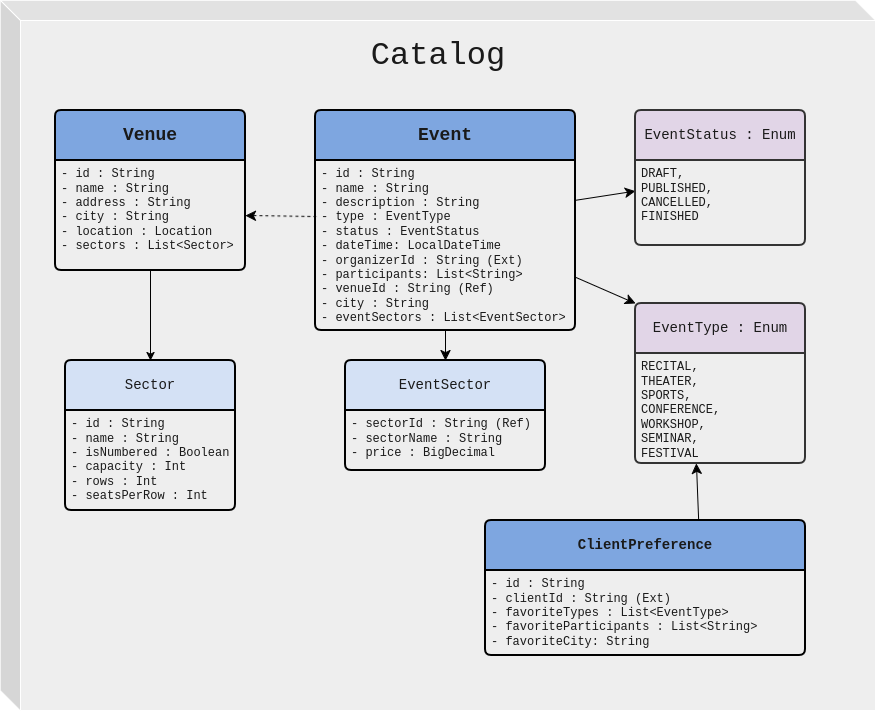
This is Catalog_ED.drawio.png from JulianYaniez/Arqui-web, a draw.io export, as it was before one commit. Source tidied: cells renumbered, new cells last; positions are measured from the earlier drawing's top-left corner, leaving out a move shared by most shapes. The source it was exported from:
```xml
<mxGraphModel>
  <root>
    <mxCell id="0" />
    <mxCell id="1" parent="0" />
    <mxCell id="2" style="shape=cube;whiteSpace=wrap;html=1;boundedLbl=1;backgroundOutline=1;darkOpacity=0.05;darkOpacity2=0.1;rounded=1;roundedPerimeter=1;labelBackgroundColor=none;fillColor=#EEEEEE;strokeColor=#FFFFFF;fontColor=#1A1A1A;" parent="1" vertex="1">
      <mxGeometry width="875" height="710" as="geometry" />
    </mxCell>
    <mxCell id="3" value="Catalog" style="text;html=1;whiteSpace=wrap;strokeColor=none;fillColor=none;align=center;verticalAlign=middle;rounded=1;fontSize=32;fontFamily=Courier New;roundedPerimeter=1;labelBackgroundColor=none;fontColor=#1A1A1A;" parent="1" vertex="1">
      <mxGeometry x="407.5" y="40" width="60" height="30" as="geometry" />
    </mxCell>
    <mxCell id="4" value="&lt;font style=&quot;font-size: 18px;&quot;&gt;&lt;b&gt;Venue&lt;/b&gt;&lt;/font&gt;" style="swimlane;horizontal=1;startSize=50;rounded=1;fontSize=14;fontStyle=0;strokeWidth=2;shadow=0;dashed=0;align=center;arcSize=4;whiteSpace=wrap;html=1;roundedPerimeter=1;labelBackgroundColor=none;fillColor=#7EA6E0;strokeColor=#000000;fontColor=#1A1A1A;fontFamily=Courier New;" parent="1" vertex="1">
      <mxGeometry x="55" y="110" width="190" height="160" as="geometry" />
    </mxCell>
    <mxCell id="5" value="- id : String&lt;br&gt;- name : String&lt;br&gt;&lt;div&gt;- address : String&lt;/div&gt;&lt;div&gt;- city : String&lt;/div&gt;&lt;div&gt;- location : Location&lt;/div&gt;&lt;div&gt;- sectors : List&amp;lt;Sector&amp;gt;&lt;/div&gt;" style="align=left;strokeColor=none;fillColor=none;spacingLeft=4;spacingRight=4;fontSize=12;verticalAlign=top;html=1;whiteSpace=wrap;rounded=1;roundedPerimeter=1;labelBackgroundColor=none;fontColor=#1A1A1A;fontFamily=Courier New;" parent="4" vertex="1">
      <mxGeometry y="50" width="190" height="110" as="geometry" />
    </mxCell>
    <mxCell id="6" value="Sector" style="swimlane;horizontal=1;startSize=50;rounded=1;fontSize=14;fontStyle=0;strokeWidth=2;shadow=0;dashed=0;align=center;arcSize=4;whiteSpace=wrap;html=1;roundedPerimeter=1;labelBackgroundColor=none;fillColor=#D4E1F5;strokeColor=#000000;fontColor=#1A1A1A;fontFamily=Courier New;" parent="1" vertex="1">
      <mxGeometry x="65" y="360" width="170" height="150" as="geometry" />
    </mxCell>
    <mxCell id="7" value="&lt;div&gt;- id : String&lt;/div&gt;&lt;div&gt;- name : String&lt;/div&gt;&lt;div&gt;- isNumbered : Boolean&lt;/div&gt;&lt;div&gt;- capacity : Int&lt;/div&gt;&lt;div&gt;- rows : Int&lt;/div&gt;&lt;div&gt;- seatsPerRow : Int&lt;/div&gt;" style="align=left;strokeColor=none;fillColor=none;spacingLeft=4;spacingRight=4;fontSize=12;verticalAlign=top;html=1;whiteSpace=wrap;rounded=1;roundedPerimeter=1;labelBackgroundColor=none;fontColor=#1A1A1A;fontFamily=Courier New;" parent="6" vertex="1">
      <mxGeometry y="50" width="170" height="100" as="geometry" />
    </mxCell>
    <mxCell id="8" style="edgeStyle=orthogonalEdgeStyle;rounded=1;jettySize=auto;html=1;labelBackgroundColor=none;strokeColor=#000000;fontColor=default;shadow=0;sketch=0;" parent="1" edge="1" source="5" target="6">
      <mxGeometry relative="1" as="geometry" />
    </mxCell>
    <mxCell id="9" style="edgeStyle=none;curved=1;rounded=1;curveGeometry=1;jettySize=auto;html=1;exitX=0.003;exitY=0.33;exitDx=0;exitDy=0;fontSize=12;defaultLabelBackgroundColor=page;startSize=8;endSize=8;dashed=1;exitPerimeter=0;entryX=1;entryY=0.5;entryDx=0;entryDy=0;labelBackgroundColor=none;strokeColor=#000000;fontColor=default;" parent="1" edge="1" source="13" target="5">
      <mxGeometry relative="1" as="geometry" />
    </mxCell>
    <mxCell id="10" style="edgeStyle=none;curved=1;rounded=0;curveGeometry=1;jettySize=auto;html=1;strokeColor=#000000;fontSize=12;fontColor=#FFFFFF;defaultLabelBackgroundColor=page;startSize=8;endSize=8;entryX=0;entryY=0;entryDx=0;entryDy=0;" parent="1" edge="1" source="12" target="14">
      <mxGeometry relative="1" as="geometry" />
    </mxCell>
    <mxCell id="11" style="edgeStyle=none;curved=1;rounded=0;curveGeometry=1;jettySize=auto;html=1;strokeColor=#000000;fontSize=12;fontColor=#FFFFFF;defaultLabelBackgroundColor=page;startSize=8;endSize=8;" parent="1" edge="1" source="12" target="19">
      <mxGeometry relative="1" as="geometry" />
    </mxCell>
    <mxCell id="12" value="&lt;b&gt;&lt;font style=&quot;font-size: 18px;&quot;&gt;Event&lt;/font&gt;&lt;/b&gt;" style="swimlane;horizontal=1;startSize=50;rounded=1;fontSize=14;fontStyle=0;strokeWidth=2;shadow=0;dashed=0;align=center;arcSize=4;whiteSpace=wrap;html=1;roundedPerimeter=1;labelBackgroundColor=none;fillColor=#7EA6E0;strokeColor=#000000;fontColor=#1A1A1A;fontFamily=Courier New;" parent="1" vertex="1">
      <mxGeometry x="315" y="110" width="260" height="220" as="geometry" />
    </mxCell>
    <mxCell id="13" value="- id : String&lt;br&gt;- name : String&lt;br&gt;&lt;div&gt;- description : String&lt;/div&gt;&lt;div&gt;- type : EventType&lt;/div&gt;&lt;div&gt;- status : EventStatus&lt;/div&gt;&lt;div&gt;- dateTime: LocalDateTime&lt;/div&gt;&lt;div&gt;- organizerId : String (Ext)&lt;/div&gt;&lt;div&gt;- participants: List&amp;lt;String&amp;gt;&lt;/div&gt;&lt;div&gt;- venueId : String (Ref)&lt;/div&gt;&lt;div&gt;- city : String&lt;/div&gt;&lt;div&gt;- eventSectors : List&amp;lt;EventSector&amp;gt;&lt;/div&gt;" style="align=left;strokeColor=none;fillColor=none;spacingLeft=4;spacingRight=4;fontSize=12;verticalAlign=top;html=1;whiteSpace=wrap;rounded=1;roundedPerimeter=1;labelBackgroundColor=none;fontColor=#1A1A1A;fontFamily=Courier New;" parent="12" vertex="1">
      <mxGeometry y="50" width="260" height="170" as="geometry" />
    </mxCell>
    <mxCell id="14" value="EventType : Enum" style="swimlane;horizontal=1;startSize=50;rounded=1;fontSize=14;fontStyle=0;strokeWidth=2;shadow=0;dashed=0;align=center;arcSize=4;whiteSpace=wrap;html=1;roundedPerimeter=1;labelBackgroundColor=none;fillColor=#E1D5E7;strokeColor=#333333;fontColor=#1A1A1A;fontFamily=Courier New;" parent="1" vertex="1">
      <mxGeometry x="635" y="303" width="170" height="160" as="geometry" />
    </mxCell>
    <mxCell id="15" value="&lt;div&gt;RECITAL,&lt;/div&gt;&lt;div&gt;THEATER,&lt;br&gt;SPORTS,&lt;/div&gt;&lt;div&gt;CONFERENCE,&lt;/div&gt;&lt;div&gt;WORKSHOP,&lt;/div&gt;&lt;div&gt;SEMINAR,&lt;/div&gt;&lt;div&gt;FESTIVAL&lt;/div&gt;&lt;div&gt;&lt;br&gt;&lt;/div&gt;" style="align=left;strokeColor=none;fillColor=none;spacingLeft=4;spacingRight=4;fontSize=12;verticalAlign=top;html=1;whiteSpace=wrap;rounded=1;roundedPerimeter=1;labelBackgroundColor=none;fontColor=#1A1A1A;fontFamily=Courier New;" parent="14" vertex="1">
      <mxGeometry y="50" width="170" height="110" as="geometry" />
    </mxCell>
    <mxCell id="16" value="EventSector" style="swimlane;horizontal=1;startSize=50;rounded=1;fontSize=14;fontStyle=0;strokeWidth=2;shadow=0;dashed=0;align=center;arcSize=4;whiteSpace=wrap;html=1;roundedPerimeter=1;labelBackgroundColor=none;fillColor=#D4E1F5;strokeColor=#000000;fontColor=#1A1A1A;fontFamily=Courier New;" parent="1" vertex="1">
      <mxGeometry x="345" y="360" width="200" height="110" as="geometry" />
    </mxCell>
    <mxCell id="17" value="&lt;div&gt;- sectorId : String (Ref)&lt;br&gt;- sectorName : String&amp;nbsp;&lt;/div&gt;&lt;div&gt;- price : BigDecimal&lt;/div&gt;" style="align=left;strokeColor=none;fillColor=none;spacingLeft=4;spacingRight=4;fontSize=12;verticalAlign=top;html=1;whiteSpace=wrap;rounded=1;roundedPerimeter=1;labelBackgroundColor=none;fontColor=#1A1A1A;fontFamily=Courier New;" parent="16" vertex="1">
      <mxGeometry y="50" width="200" height="60" as="geometry" />
    </mxCell>
    <mxCell id="18" style="edgeStyle=none;curved=1;rounded=0;curveGeometry=1;jettySize=auto;html=1;strokeColor=#000000;fontSize=12;fontColor=#FFFFFF;defaultLabelBackgroundColor=page;startSize=8;endSize=8;" parent="1" edge="1" source="12" target="16">
      <mxGeometry relative="1" as="geometry" />
    </mxCell>
    <mxCell id="19" value="EventStatus : Enum" style="swimlane;horizontal=1;startSize=50;rounded=1;fontSize=14;fontStyle=0;strokeWidth=2;shadow=0;dashed=0;align=center;arcSize=4;whiteSpace=wrap;html=1;roundedPerimeter=1;labelBackgroundColor=none;fillColor=#E1D5E7;strokeColor=#333333;fontColor=#1A1A1A;fontFamily=Courier New;" parent="1" vertex="1">
      <mxGeometry x="635" y="110" width="170" height="135" as="geometry" />
    </mxCell>
    <mxCell id="20" value="&lt;div&gt;DRAFT,&lt;/div&gt;&lt;div&gt;PUBLISHED,&lt;/div&gt;&lt;div&gt;CANCELLED,&lt;/div&gt;&lt;div&gt;FINISHED&lt;/div&gt;" style="align=left;strokeColor=none;fillColor=none;spacingLeft=4;spacingRight=4;fontSize=12;verticalAlign=top;html=1;whiteSpace=wrap;rounded=1;roundedPerimeter=1;labelBackgroundColor=none;fontColor=#1A1A1A;fontFamily=Courier New;" parent="19" vertex="1">
      <mxGeometry y="50" width="170" height="85" as="geometry" />
    </mxCell>
    <mxCell id="21" style="edgeStyle=none;curved=1;rounded=0;curveGeometry=1;jettySize=auto;html=1;exitX=0.5;exitY=1;exitDx=0;exitDy=0;strokeColor=#FFFFFF;fontSize=12;fontColor=#FFFFFF;defaultLabelBackgroundColor=page;startSize=8;endSize=8;" parent="19" edge="1" source="19" target="20">
      <mxGeometry relative="1" as="geometry" />
    </mxCell>
    <mxCell id="22" style="edgeStyle=none;curved=1;rounded=0;curveGeometry=1;jettySize=auto;html=1;entryX=0.365;entryY=0.976;entryDx=0;entryDy=0;strokeColor=#000000;fontSize=12;fontColor=#FFFFFF;defaultLabelBackgroundColor=page;startSize=8;endSize=8;exitX=0.666;exitY=0.003;exitDx=0;exitDy=0;exitPerimeter=0;" parent="1" edge="1" source="23" target="15">
      <mxGeometry relative="1" as="geometry" />
    </mxCell>
    <mxCell id="23" value="&lt;b&gt;ClientPreference&lt;/b&gt;" style="swimlane;horizontal=1;startSize=50;rounded=1;fontSize=14;fontStyle=0;strokeWidth=2;shadow=0;dashed=0;align=center;arcSize=4;whiteSpace=wrap;html=1;roundedPerimeter=1;labelBackgroundColor=none;fillColor=#7EA6E0;strokeColor=#000000;fontColor=#1A1A1A;fontFamily=Courier New;" parent="1" vertex="1">
      <mxGeometry x="485" y="520" width="320" height="135" as="geometry" />
    </mxCell>
    <mxCell id="24" value="- id : String&lt;br&gt;- clientId : String (Ext)&lt;div&gt;- favoriteTypes : List&amp;lt;EventType&amp;gt;&lt;/div&gt;&lt;div&gt;- favoriteParticipants : List&amp;lt;String&amp;gt;&lt;/div&gt;&lt;div&gt;- favoriteCity: String&lt;/div&gt;" style="align=left;strokeColor=none;fillColor=none;spacingLeft=4;spacingRight=4;fontSize=12;verticalAlign=top;html=1;whiteSpace=wrap;rounded=1;roundedPerimeter=1;labelBackgroundColor=none;fontColor=#1A1A1A;fontFamily=Courier New;" parent="23" vertex="1">
      <mxGeometry y="50" width="320" height="85" as="geometry" />
    </mxCell>
    <mxCell id="25" style="edgeStyle=none;curved=1;rounded=0;curveGeometry=1;jettySize=auto;html=1;exitX=0.5;exitY=1;exitDx=0;exitDy=0;strokeColor=#FFFFFF;fontSize=12;fontColor=#FFFFFF;defaultLabelBackgroundColor=page;startSize=8;endSize=8;" parent="23" edge="1" source="23" target="24">
      <mxGeometry relative="1" as="geometry" />
    </mxCell>
  </root>
</mxGraphModel>
```
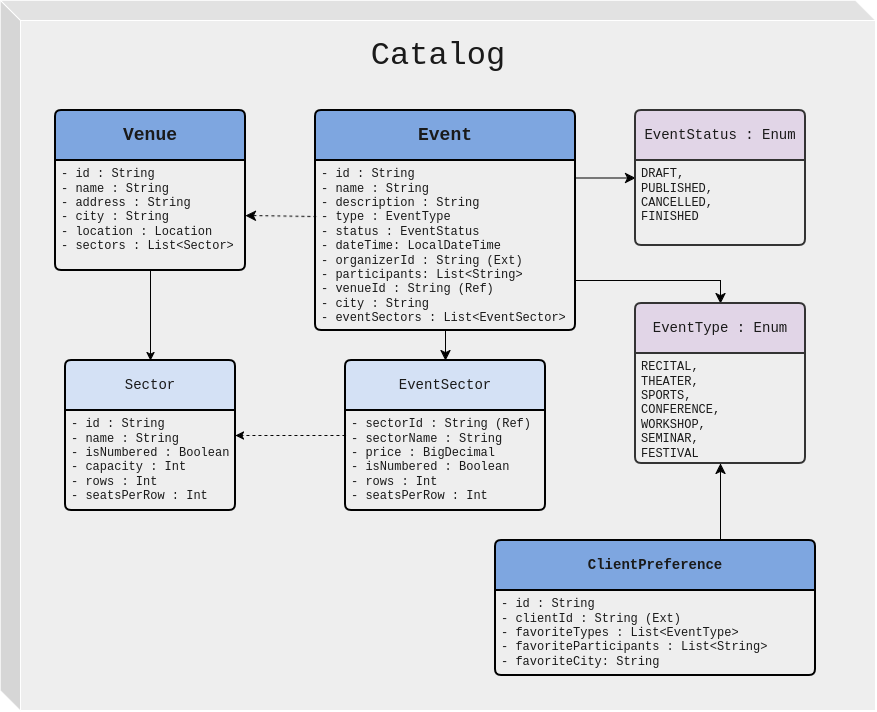
Later version of the same file.

Change to the diagram source:
```diff
@@ -26,11 +26,20 @@
     <mxCell id="9" style="edgeStyle=none;curved=1;rounded=1;curveGeometry=1;jettySize=auto;html=1;exitX=0.003;exitY=0.33;exitDx=0;exitDy=0;fontSize=12;defaultLabelBackgroundColor=page;startSize=8;endSize=8;dashed=1;exitPerimeter=0;entryX=1;entryY=0.5;entryDx=0;entryDy=0;labelBackgroundColor=none;strokeColor=#000000;fontColor=default;" parent="1" edge="1" source="13" target="5">
       <mxGeometry relative="1" as="geometry" />
     </mxCell>
-    <mxCell id="10" style="edgeStyle=none;curved=1;rounded=0;curveGeometry=1;jettySize=auto;html=1;strokeColor=#000000;fontSize=12;fontColor=#FFFFFF;defaultLabelBackgroundColor=page;startSize=8;endSize=8;entryX=0;entryY=0;entryDx=0;entryDy=0;" parent="1" edge="1" source="12" target="14">
-      <mxGeometry relative="1" as="geometry" />
+    <mxCell id="10" style="edgeStyle=orthogonalEdgeStyle;rounded=0;jettySize=auto;html=1;strokeColor=#000000;fontSize=12;fontColor=#FFFFFF;defaultLabelBackgroundColor=page;startSize=8;endSize=8;" parent="1" edge="1" source="12" target="14">
+      <mxGeometry x="-0.5" relative="1" as="geometry">
+        <Array as="points">
+          <mxPoint x="720" y="280" />
+        </Array>
+      </mxGeometry>
     </mxCell>
-    <mxCell id="11" style="edgeStyle=none;curved=1;rounded=0;curveGeometry=1;jettySize=auto;html=1;strokeColor=#000000;fontSize=12;fontColor=#FFFFFF;defaultLabelBackgroundColor=page;startSize=8;endSize=8;" parent="1" edge="1" source="12" target="19">
-      <mxGeometry relative="1" as="geometry" />
+    <mxCell id="11" style="edgeStyle=orthogonalEdgeStyle;rounded=0;jettySize=auto;html=1;strokeColor=#000000;fontSize=12;fontColor=#FFFFFF;defaultLabelBackgroundColor=page;startSize=8;endSize=8;" parent="1" edge="1" source="12" target="19">
+      <mxGeometry relative="1" as="geometry">
+        <Array as="points">
+          <mxPoint x="585" y="177.5" />
+          <mxPoint x="585" y="177.5" />
+        </Array>
+      </mxGeometry>
     </mxCell>
     <mxCell id="12" value="&lt;b&gt;&lt;font style=&quot;font-size: 18px;&quot;&gt;Event&lt;/font&gt;&lt;/b&gt;" style="swimlane;horizontal=1;startSize=50;rounded=1;fontSize=14;fontStyle=0;strokeWidth=2;shadow=0;dashed=0;align=center;arcSize=4;whiteSpace=wrap;html=1;roundedPerimeter=1;labelBackgroundColor=none;fillColor=#7EA6E0;strokeColor=#000000;fontColor=#1A1A1A;fontFamily=Courier New;" parent="1" vertex="1">
       <mxGeometry x="315" y="110" width="260" height="220" as="geometry" />
@@ -44,11 +53,14 @@
     <mxCell id="15" value="&lt;div&gt;RECITAL,&lt;/div&gt;&lt;div&gt;THEATER,&lt;br&gt;SPORTS,&lt;/div&gt;&lt;div&gt;CONFERENCE,&lt;/div&gt;&lt;div&gt;WORKSHOP,&lt;/div&gt;&lt;div&gt;SEMINAR,&lt;/div&gt;&lt;div&gt;FESTIVAL&lt;/div&gt;&lt;div&gt;&lt;br&gt;&lt;/div&gt;" style="align=left;strokeColor=none;fillColor=none;spacingLeft=4;spacingRight=4;fontSize=12;verticalAlign=top;html=1;whiteSpace=wrap;rounded=1;roundedPerimeter=1;labelBackgroundColor=none;fontColor=#1A1A1A;fontFamily=Courier New;" parent="14" vertex="1">
       <mxGeometry y="50" width="170" height="110" as="geometry" />
     </mxCell>
+    <mxCell id="26" style="edgeStyle=orthogonalEdgeStyle;rounded=0;jettySize=auto;html=1;entryX=1;entryY=0.25;entryDx=0;entryDy=0;defaultLabelBackgroundColor=page;dashed=1;" parent="1" edge="1" source="16" target="7">
+      <mxGeometry relative="1" as="geometry" />
+    </mxCell>
     <mxCell id="16" value="EventSector" style="swimlane;horizontal=1;startSize=50;rounded=1;fontSize=14;fontStyle=0;strokeWidth=2;shadow=0;dashed=0;align=center;arcSize=4;whiteSpace=wrap;html=1;roundedPerimeter=1;labelBackgroundColor=none;fillColor=#D4E1F5;strokeColor=#000000;fontColor=#1A1A1A;fontFamily=Courier New;" parent="1" vertex="1">
-      <mxGeometry x="345" y="360" width="200" height="110" as="geometry" />
+      <mxGeometry x="345" y="360" width="200" height="150" as="geometry" />
     </mxCell>
-    <mxCell id="17" value="&lt;div&gt;- sectorId : String (Ref)&lt;br&gt;- sectorName : String&amp;nbsp;&lt;/div&gt;&lt;div&gt;- price : BigDecimal&lt;/div&gt;" style="align=left;strokeColor=none;fillColor=none;spacingLeft=4;spacingRight=4;fontSize=12;verticalAlign=top;html=1;whiteSpace=wrap;rounded=1;roundedPerimeter=1;labelBackgroundColor=none;fontColor=#1A1A1A;fontFamily=Courier New;" parent="16" vertex="1">
-      <mxGeometry y="50" width="200" height="60" as="geometry" />
+    <mxCell id="17" value="&lt;div&gt;- sectorId : String (Ref)&lt;br&gt;- sectorName : String&amp;nbsp;&lt;/div&gt;&lt;div&gt;- price : BigDecimal&lt;/div&gt;&lt;div&gt;- isNumbered : Boolean&lt;/div&gt;&lt;div&gt;- rows : Int&lt;/div&gt;&lt;div&gt;- seatsPerRow : Int&lt;/div&gt;" style="align=left;strokeColor=none;fillColor=none;spacingLeft=4;spacingRight=4;fontSize=12;verticalAlign=top;html=1;whiteSpace=wrap;rounded=1;roundedPerimeter=1;labelBackgroundColor=none;fontColor=#1A1A1A;fontFamily=Courier New;" parent="16" vertex="1">
+      <mxGeometry y="50" width="200" height="100" as="geometry" />
     </mxCell>
     <mxCell id="18" style="edgeStyle=none;curved=1;rounded=0;curveGeometry=1;jettySize=auto;html=1;strokeColor=#000000;fontSize=12;fontColor=#FFFFFF;defaultLabelBackgroundColor=page;startSize=8;endSize=8;" parent="1" edge="1" source="12" target="16">
       <mxGeometry relative="1" as="geometry" />
@@ -62,11 +74,16 @@
     <mxCell id="21" style="edgeStyle=none;curved=1;rounded=0;curveGeometry=1;jettySize=auto;html=1;exitX=0.5;exitY=1;exitDx=0;exitDy=0;strokeColor=#FFFFFF;fontSize=12;fontColor=#FFFFFF;defaultLabelBackgroundColor=page;startSize=8;endSize=8;" parent="19" edge="1" source="19" target="20">
       <mxGeometry relative="1" as="geometry" />
     </mxCell>
-    <mxCell id="22" style="edgeStyle=none;curved=1;rounded=0;curveGeometry=1;jettySize=auto;html=1;entryX=0.365;entryY=0.976;entryDx=0;entryDy=0;strokeColor=#000000;fontSize=12;fontColor=#FFFFFF;defaultLabelBackgroundColor=page;startSize=8;endSize=8;exitX=0.666;exitY=0.003;exitDx=0;exitDy=0;exitPerimeter=0;" parent="1" edge="1" source="23" target="15">
-      <mxGeometry relative="1" as="geometry" />
+    <mxCell id="22" style="edgeStyle=orthogonalEdgeStyle;rounded=0;jettySize=auto;html=1;entryX=0.5;entryY=1;entryDx=0;entryDy=0;strokeColor=#000000;fontSize=12;fontColor=#FFFFFF;defaultLabelBackgroundColor=page;startSize=8;endSize=8;" parent="1" edge="1" source="23" target="15">
+      <mxGeometry x="0.01" relative="1" as="geometry">
+        <Array as="points">
+          <mxPoint x="720" y="520" />
+          <mxPoint x="720" y="520" />
+        </Array>
+      </mxGeometry>
     </mxCell>
     <mxCell id="23" value="&lt;b&gt;ClientPreference&lt;/b&gt;" style="swimlane;horizontal=1;startSize=50;rounded=1;fontSize=14;fontStyle=0;strokeWidth=2;shadow=0;dashed=0;align=center;arcSize=4;whiteSpace=wrap;html=1;roundedPerimeter=1;labelBackgroundColor=none;fillColor=#7EA6E0;strokeColor=#000000;fontColor=#1A1A1A;fontFamily=Courier New;" parent="1" vertex="1">
-      <mxGeometry x="485" y="520" width="320" height="135" as="geometry" />
+      <mxGeometry x="495" y="540" width="320" height="135" as="geometry" />
     </mxCell>
     <mxCell id="24" value="- id : String&lt;br&gt;- clientId : String (Ext)&lt;div&gt;- favoriteTypes : List&amp;lt;EventType&amp;gt;&lt;/div&gt;&lt;div&gt;- favoriteParticipants : List&amp;lt;String&amp;gt;&lt;/div&gt;&lt;div&gt;- favoriteCity: String&lt;/div&gt;" style="align=left;strokeColor=none;fillColor=none;spacingLeft=4;spacingRight=4;fontSize=12;verticalAlign=top;html=1;whiteSpace=wrap;rounded=1;roundedPerimeter=1;labelBackgroundColor=none;fontColor=#1A1A1A;fontFamily=Courier New;" parent="23" vertex="1">
       <mxGeometry y="50" width="320" height="85" as="geometry" />
```
